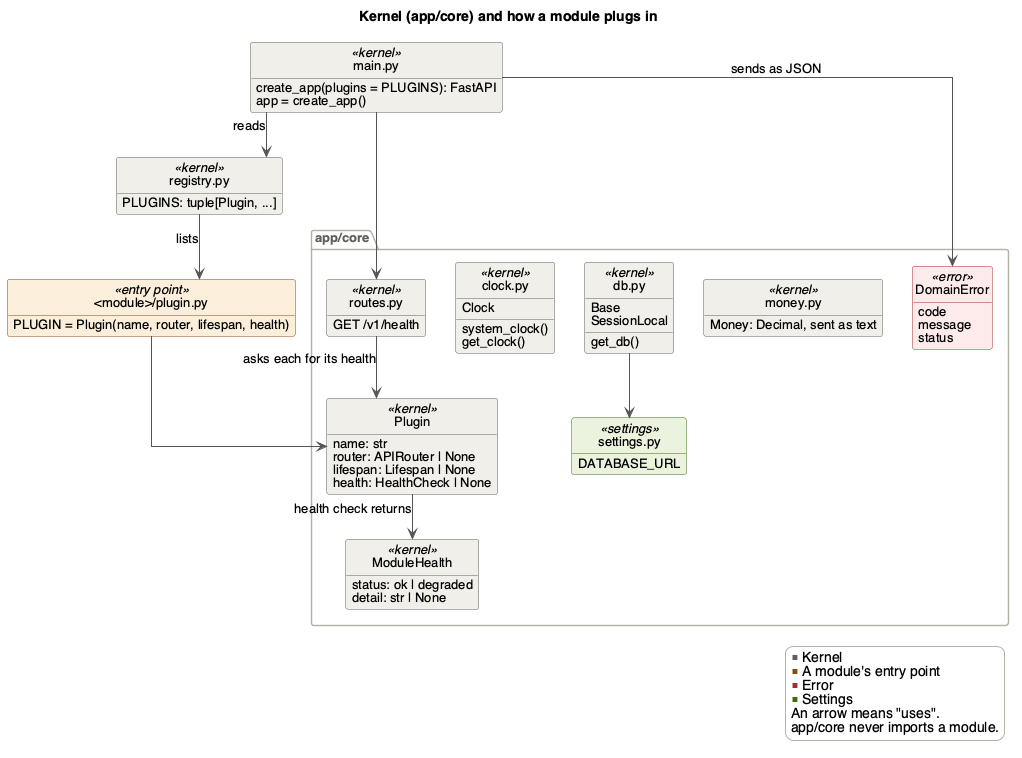
The PlantUML diagram docs/Design/SoftArchitecture/figures/core.png in davislenover/BurnNEarn, before a commit.
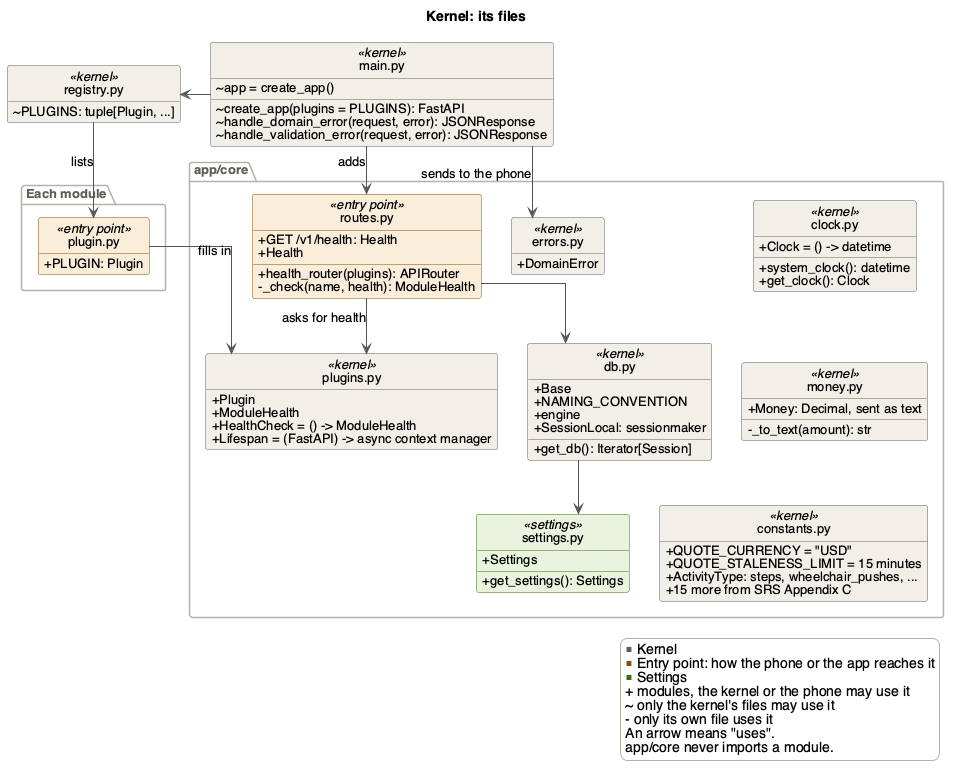
Above is the later version.

Change to the diagram source:
```diff
@@ -1,69 +1,87 @@
 @startuml core
 !include style.iuml
-title Kernel (app/core) and how a module plugs in
+set separator none
+title Kernel: its files
 
 class "main.py" as main <<kernel>> {
-  create_app(plugins = PLUGINS): FastAPI
-  app = create_app()
+  {field} ~ app = create_app()
+  ~ create_app(plugins = PLUGINS): FastAPI
+  ~ handle_domain_error(request, error): JSONResponse
+  ~ handle_validation_error(request, error): JSONResponse
 }
 class "registry.py" as registry <<kernel>> {
-  PLUGINS: tuple[Plugin, ...]
-}
-class "<module>/plugin.py" as modplugin <<entry point>> {
-  PLUGIN = Plugin(name, router, lifespan, health)
+  ~ PLUGINS: tuple[Plugin, ...]
 }
 
-package "app/core" {
-  class Plugin <<kernel>> {
-    name: str
-    router: APIRouter | None
-    lifespan: Lifespan | None
-    health: HealthCheck | None
-  }
-  class ModuleHealth <<kernel>> {
-    status: ok | degraded
-    detail: str | None
-  }
-  class "routes.py" as routes <<kernel>> {
-    GET /v1/health
-  }
-  class "clock.py" as clock <<kernel>> {
-    Clock
-    system_clock()
-    get_clock()
-  }
-  class "db.py" as db <<kernel>> {
-    Base
-    SessionLocal
-    get_db()
-  }
-  class "money.py" as money <<kernel>> {
-    Money: Decimal, sent as text
-  }
-  class DomainError <<error>> {
-    code
-    message
-    status
-  }
-  class "settings.py" as settings <<settings>> {
-    DATABASE_URL
+package "Each module" as amodule {
+  class "plugin.py" as modplugin <<entry point>> {
+    + PLUGIN: Plugin
   }
 }
 
-main --> registry : reads
-main --> routes
+package "app/core" as core {
+  class "routes.py" as routes <<entry point>> {
+    + GET /v1/health: Health
+    + Health
+    + health_router(plugins): APIRouter
+    - _check(name, health): ModuleHealth
+  }
+  class "plugins.py" as plugins <<kernel>> {
+    + Plugin
+    + ModuleHealth
+    {field} + HealthCheck = () -> ModuleHealth
+    {field} + Lifespan = (FastAPI) -> async context manager
+  }
+  class "errors.py" as errors <<kernel>> {
+    + DomainError
+  }
+  class "db.py" as db <<kernel>> {
+    + Base
+    + NAMING_CONVENTION
+    + engine
+    + SessionLocal: sessionmaker
+    + get_db(): Iterator[Session]
+  }
+  class "settings.py" as settings <<settings>> {
+    + Settings
+    + get_settings(): Settings
+  }
+  class "clock.py" as clock <<kernel>> {
+    {field} + Clock = () -> datetime
+    + system_clock(): datetime
+    + get_clock(): Clock
+  }
+  class "money.py" as money <<kernel>> {
+    + Money: Decimal, sent as text
+    - _to_text(amount): str
+  }
+  class "constants.py" as constants <<kernel>> {
+    + QUOTE_CURRENCY = "USD"
+    + QUOTE_STALENESS_LIMIT = 15 minutes
+    + ActivityType: steps, wheelchair_pushes, ...
+    + 15 more from SRS Appendix C
+  }
+}
+
+main -left-> registry
 registry --> modplugin : lists
-modplugin --> Plugin
-Plugin --> ModuleHealth : health check returns
-routes --> Plugin : asks each for its health
-main --> DomainError : sends as JSON
+modplugin -right-> plugins : fills in
+main --> routes : adds
+main --> errors : sends to the phone
+routes --> plugins : asks for health
+routes --> db
 db --> settings
+
+clock -[hidden]down- money
+money -[hidden]down- constants
 
 legend right
   <color:#5F5E5A>■</color> Kernel
-  <color:#854F0B>■</color> A module's entry point
-  <color:#A32D2D>■</color> Error
+  <color:#854F0B>■</color> Entry point: how the phone or the app reaches it
   <color:#3B6D11>■</color> Settings
+  + modules, the kernel or the phone may use it
+  ~ only the kernel's files may use it
+  - only its own file uses it
   An arrow means "uses".
   app/core never imports a module.
 endlegend
```
